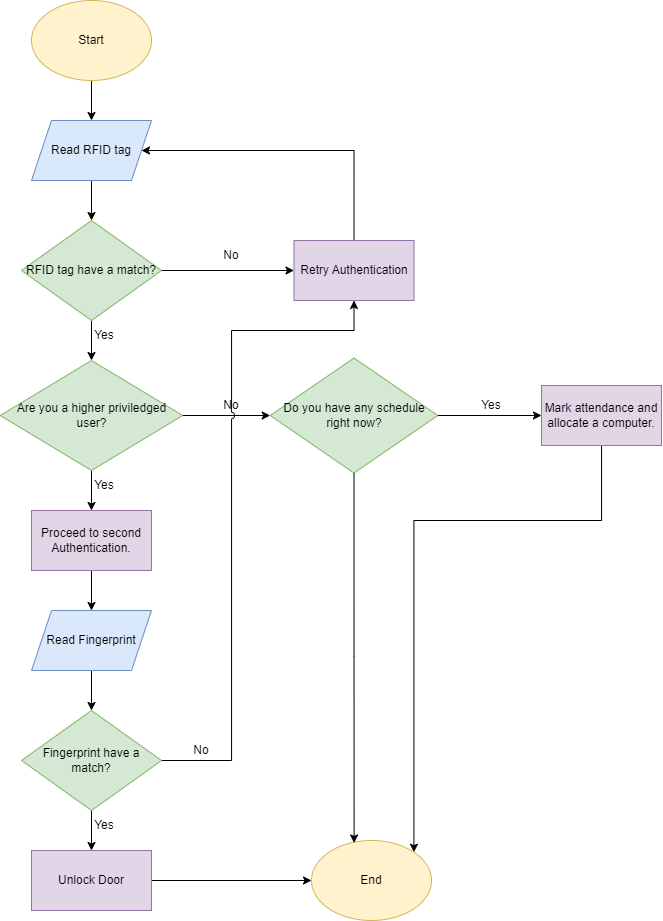
kaisunoo/Acads keeps this draw.io diagram as Device Operation Flowchart.drawio.png. Above is the earlier version. Source tidied: cells renumbered, new cells last; positions are measured from the earlier drawing's top-left corner, leaving out a move shared by most shapes. Its diagram source:
```xml
<mxGraphModel>
  <root>
    <mxCell id="0" />
    <mxCell id="1" parent="0" />
    <mxCell id="2" style="edgeStyle=orthogonalEdgeStyle;rounded=0;jettySize=auto;html=1;exitX=0.5;exitY=1;exitDx=0;exitDy=0;entryX=0.5;entryY=0;entryDx=0;entryDy=0;" parent="1" edge="1" source="3" target="5">
      <mxGeometry relative="1" as="geometry" />
    </mxCell>
    <mxCell id="3" value="Start" style="ellipse;whiteSpace=wrap;html=1;fillColor=#fff2cc;strokeColor=#d6b656;" parent="1" vertex="1">
      <mxGeometry x="31" width="120" height="80" as="geometry" />
    </mxCell>
    <mxCell id="4" style="edgeStyle=orthogonalEdgeStyle;rounded=0;jettySize=auto;html=1;exitX=0.5;exitY=1;exitDx=0;exitDy=0;entryX=0.5;entryY=0;entryDx=0;entryDy=0;" parent="1" edge="1" source="5" target="14">
      <mxGeometry relative="1" as="geometry" />
    </mxCell>
    <mxCell id="5" value="Read RFID tag" style="shape=parallelogram;perimeter=parallelogramPerimeter;whiteSpace=wrap;html=1;fixedSize=1;fillColor=#dae8fc;strokeColor=#6c8ebf;" parent="1" vertex="1">
      <mxGeometry x="31" y="120" width="120" height="60" as="geometry" />
    </mxCell>
    <mxCell id="6" style="edgeStyle=orthogonalEdgeStyle;rounded=0;jettySize=auto;html=1;exitX=0.5;exitY=1;exitDx=0;exitDy=0;" parent="1" edge="1" source="8" target="10">
      <mxGeometry relative="1" as="geometry" />
    </mxCell>
    <mxCell id="7" style="edgeStyle=orthogonalEdgeStyle;rounded=0;jettySize=auto;html=1;entryX=0;entryY=0.5;entryDx=0;entryDy=0;" parent="1" edge="1" source="8" target="21">
      <mxGeometry relative="1" as="geometry" />
    </mxCell>
    <mxCell id="8" value="Are you a higher priviledged user?" style="rhombus;whiteSpace=wrap;html=1;fillColor=#d5e8d4;strokeColor=#82b366;" parent="1" vertex="1">
      <mxGeometry x="-0.2" y="360" width="182.5" height="110" as="geometry" />
    </mxCell>
    <mxCell id="9" style="edgeStyle=orthogonalEdgeStyle;rounded=0;jettySize=auto;html=1;exitX=0.5;exitY=1;exitDx=0;exitDy=0;entryX=0.5;entryY=0;entryDx=0;entryDy=0;" parent="1" edge="1" source="10" target="26">
      <mxGeometry relative="1" as="geometry" />
    </mxCell>
    <mxCell id="10" value="Proceed to second Authentication." style="rounded=0;whiteSpace=wrap;html=1;fillColor=#e1d5e7;strokeColor=#9673a6;" parent="1" vertex="1">
      <mxGeometry x="31" y="510" width="120" height="60" as="geometry" />
    </mxCell>
    <mxCell id="11" value="Yes" style="text;strokeColor=none;align=center;fillColor=none;html=1;verticalAlign=middle;whiteSpace=wrap;rounded=0;" parent="1" vertex="1">
      <mxGeometry x="74" y="470" width="60" height="30" as="geometry" />
    </mxCell>
    <mxCell id="12" style="edgeStyle=orthogonalEdgeStyle;rounded=0;jettySize=auto;html=1;entryX=0.5;entryY=0;entryDx=0;entryDy=0;" parent="1" edge="1" source="14" target="8">
      <mxGeometry relative="1" as="geometry" />
    </mxCell>
    <mxCell id="13" style="edgeStyle=orthogonalEdgeStyle;rounded=0;jettySize=auto;html=1;" parent="1" edge="1" source="14" target="17">
      <mxGeometry relative="1" as="geometry" />
    </mxCell>
    <mxCell id="14" value="RFID tag have a match?" style="rhombus;whiteSpace=wrap;html=1;fillColor=#d5e8d4;strokeColor=#82b366;" parent="1" vertex="1">
      <mxGeometry x="21" y="220" width="140" height="100" as="geometry" />
    </mxCell>
    <mxCell id="15" value="Yes" style="text;strokeColor=none;align=center;fillColor=none;html=1;verticalAlign=middle;whiteSpace=wrap;rounded=0;" parent="1" vertex="1">
      <mxGeometry x="74" y="320" width="60" height="30" as="geometry" />
    </mxCell>
    <mxCell id="16" style="edgeStyle=orthogonalEdgeStyle;rounded=0;jettySize=auto;html=1;entryX=1;entryY=0.5;entryDx=0;entryDy=0;exitX=0.5;exitY=0;exitDx=0;exitDy=0;" parent="1" edge="1" source="17" target="5">
      <mxGeometry relative="1" as="geometry">
        <Array as="points">
          <mxPoint x="354" y="150" />
        </Array>
      </mxGeometry>
    </mxCell>
    <mxCell id="17" value="Retry Authentication" style="whiteSpace=wrap;html=1;fillColor=#e1d5e7;strokeColor=#9673a6;" parent="1" vertex="1">
      <mxGeometry x="293.5" y="240" width="120" height="60" as="geometry" />
    </mxCell>
    <mxCell id="18" value="No" style="text;strokeColor=none;align=center;fillColor=none;html=1;verticalAlign=middle;whiteSpace=wrap;rounded=0;" parent="1" vertex="1">
      <mxGeometry x="201" y="240" width="60" height="30" as="geometry" />
    </mxCell>
    <mxCell id="19" value="No" style="text;strokeColor=none;align=center;fillColor=none;html=1;verticalAlign=middle;whiteSpace=wrap;rounded=0;" parent="1" vertex="1">
      <mxGeometry x="201" y="390" width="60" height="30" as="geometry" />
    </mxCell>
    <mxCell id="20" style="edgeStyle=orthogonalEdgeStyle;rounded=0;jettySize=auto;html=1;" parent="1" edge="1" source="21" target="23">
      <mxGeometry relative="1" as="geometry" />
    </mxCell>
    <mxCell id="21" value="Do you have any schedule right now?" style="rhombus;whiteSpace=wrap;html=1;fillColor=#d5e8d4;strokeColor=#82b366;" parent="1" vertex="1">
      <mxGeometry x="269.8" y="357.5" width="167.5" height="115" as="geometry" />
    </mxCell>
    <mxCell id="22" style="edgeStyle=orthogonalEdgeStyle;rounded=0;jettySize=auto;html=1;entryX=1;entryY=0;entryDx=0;entryDy=0;" parent="1" edge="1" source="23" target="32">
      <mxGeometry relative="1" as="geometry">
        <Array as="points">
          <mxPoint x="601" y="520" />
          <mxPoint x="413" y="520" />
        </Array>
      </mxGeometry>
    </mxCell>
    <mxCell id="23" value="Mark attendance and allocate a computer." style="whiteSpace=wrap;html=1;fillColor=#e1d5e7;strokeColor=#9673a6;" parent="1" vertex="1">
      <mxGeometry x="541" y="385" width="120" height="60" as="geometry" />
    </mxCell>
    <mxCell id="24" value="Yes" style="text;strokeColor=none;align=center;fillColor=none;html=1;verticalAlign=middle;whiteSpace=wrap;rounded=0;" parent="1" vertex="1">
      <mxGeometry x="461" y="390" width="60" height="30" as="geometry" />
    </mxCell>
    <mxCell id="25" style="edgeStyle=orthogonalEdgeStyle;rounded=0;jettySize=auto;html=1;entryX=0.5;entryY=0;entryDx=0;entryDy=0;" parent="1" edge="1" source="26" target="29">
      <mxGeometry relative="1" as="geometry" />
    </mxCell>
    <mxCell id="26" value="Read Fingerprint" style="shape=parallelogram;perimeter=parallelogramPerimeter;whiteSpace=wrap;html=1;fixedSize=1;fillColor=#dae8fc;strokeColor=#6c8ebf;" parent="1" vertex="1">
      <mxGeometry x="31" y="610" width="120" height="60" as="geometry" />
    </mxCell>
    <mxCell id="27" style="edgeStyle=orthogonalEdgeStyle;rounded=0;jettySize=auto;html=1;" parent="1" edge="1" source="29" target="31">
      <mxGeometry relative="1" as="geometry" />
    </mxCell>
    <mxCell id="28" style="edgeStyle=orthogonalEdgeStyle;rounded=0;jettySize=auto;html=1;exitX=1;exitY=0.5;exitDx=0;exitDy=0;entryX=0.5;entryY=1;entryDx=0;entryDy=0;jumpStyle=arc;" parent="1" edge="1" source="29" target="17">
      <mxGeometry relative="1" as="geometry">
        <Array as="points">
          <mxPoint x="231" y="760" />
          <mxPoint x="231" y="330" />
          <mxPoint x="354" y="330" />
        </Array>
      </mxGeometry>
    </mxCell>
    <mxCell id="29" value="Fingerprint have a match?" style="rhombus;whiteSpace=wrap;html=1;fillColor=#d5e8d4;strokeColor=#82b366;" parent="1" vertex="1">
      <mxGeometry x="21" y="710" width="140" height="100" as="geometry" />
    </mxCell>
    <mxCell id="30" style="edgeStyle=orthogonalEdgeStyle;rounded=0;jettySize=auto;html=1;entryX=0;entryY=0.5;entryDx=0;entryDy=0;" parent="1" edge="1" source="31" target="32">
      <mxGeometry relative="1" as="geometry" />
    </mxCell>
    <mxCell id="31" value="Unlock Door" style="rounded=0;whiteSpace=wrap;html=1;fillColor=#e1d5e7;strokeColor=#9673a6;" parent="1" vertex="1">
      <mxGeometry x="31" y="850" width="120" height="60" as="geometry" />
    </mxCell>
    <mxCell id="32" value="End" style="ellipse;whiteSpace=wrap;html=1;fillColor=#fff2cc;strokeColor=#d6b656;" parent="1" vertex="1">
      <mxGeometry x="311" y="840" width="120" height="80" as="geometry" />
    </mxCell>
    <mxCell id="33" value="Yes" style="text;strokeColor=none;align=center;fillColor=none;html=1;verticalAlign=middle;whiteSpace=wrap;rounded=0;" parent="1" vertex="1">
      <mxGeometry x="74" y="810" width="60" height="30" as="geometry" />
    </mxCell>
    <mxCell id="34" style="edgeStyle=orthogonalEdgeStyle;rounded=0;jettySize=auto;html=1;exitX=0.5;exitY=1;exitDx=0;exitDy=0;entryX=0.355;entryY=0.031;entryDx=0;entryDy=0;entryPerimeter=0;" parent="1" edge="1" source="21" target="32">
      <mxGeometry relative="1" as="geometry" />
    </mxCell>
    <mxCell id="35" value="No" style="text;strokeColor=none;align=center;fillColor=none;html=1;verticalAlign=middle;whiteSpace=wrap;rounded=0;" parent="1" vertex="1">
      <mxGeometry x="171" y="735" width="60" height="30" as="geometry" />
    </mxCell>
  </root>
</mxGraphModel>
```
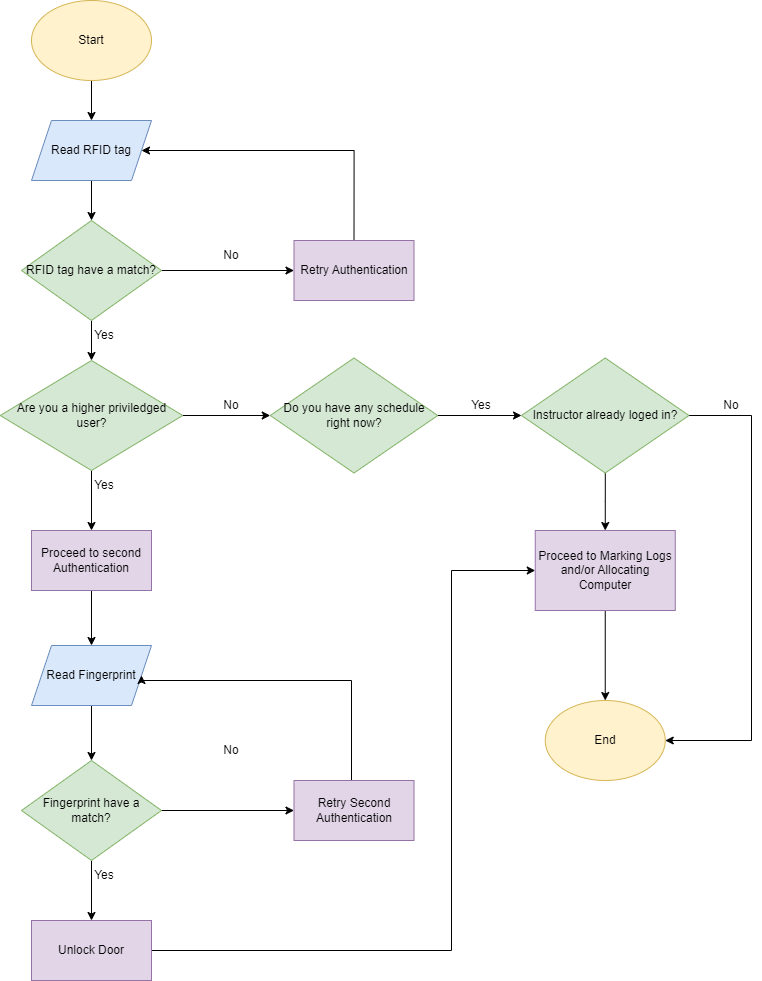
Above is the later version.

What changed in the source:
```diff
@@ -26,8 +26,8 @@
     <mxCell id="9" style="edgeStyle=orthogonalEdgeStyle;rounded=0;jettySize=auto;html=1;exitX=0.5;exitY=1;exitDx=0;exitDy=0;entryX=0.5;entryY=0;entryDx=0;entryDy=0;" parent="1" edge="1" source="10" target="26">
       <mxGeometry relative="1" as="geometry" />
     </mxCell>
-    <mxCell id="10" value="Proceed to second Authentication." style="rounded=0;whiteSpace=wrap;html=1;fillColor=#e1d5e7;strokeColor=#9673a6;" parent="1" vertex="1">
-      <mxGeometry x="31" y="510" width="120" height="60" as="geometry" />
+    <mxCell id="10" value="Proceed to second Authentication" style="rounded=0;whiteSpace=wrap;html=1;fillColor=#e1d5e7;strokeColor=#9673a6;" parent="1" vertex="1">
+      <mxGeometry x="31" y="530" width="120" height="60" as="geometry" />
     </mxCell>
     <mxCell id="11" value="Yes" style="text;strokeColor=none;align=center;fillColor=none;html=1;verticalAlign=middle;whiteSpace=wrap;rounded=0;" parent="1" vertex="1">
       <mxGeometry x="74" y="470" width="60" height="30" as="geometry" />
@@ -60,64 +60,83 @@
     <mxCell id="19" value="No" style="text;strokeColor=none;align=center;fillColor=none;html=1;verticalAlign=middle;whiteSpace=wrap;rounded=0;" parent="1" vertex="1">
       <mxGeometry x="201" y="390" width="60" height="30" as="geometry" />
     </mxCell>
-    <mxCell id="20" style="edgeStyle=orthogonalEdgeStyle;rounded=0;jettySize=auto;html=1;" parent="1" edge="1" source="21" target="23">
-      <mxGeometry relative="1" as="geometry" />
-    </mxCell>
+    <mxCell id="36" style="edgeStyle=orthogonalEdgeStyle;rounded=0;jettySize=auto;html=1;entryX=0;entryY=0.5;entryDx=0;entryDy=0;" parent="1" edge="1" source="21" target="45">
+      <mxGeometry relative="1" as="geometry" />
+    </mxCell>
     <mxCell id="21" value="Do you have any schedule right now?" style="rhombus;whiteSpace=wrap;html=1;fillColor=#d5e8d4;strokeColor=#82b366;" parent="1" vertex="1">
       <mxGeometry x="269.8" y="357.5" width="167.5" height="115" as="geometry" />
     </mxCell>
-    <mxCell id="22" style="edgeStyle=orthogonalEdgeStyle;rounded=0;jettySize=auto;html=1;entryX=1;entryY=0;entryDx=0;entryDy=0;" parent="1" edge="1" source="23" target="32">
-      <mxGeometry relative="1" as="geometry">
-        <Array as="points">
-          <mxPoint x="601" y="520" />
-          <mxPoint x="413" y="520" />
-        </Array>
-      </mxGeometry>
-    </mxCell>
-    <mxCell id="23" value="Mark attendance and allocate a computer." style="whiteSpace=wrap;html=1;fillColor=#e1d5e7;strokeColor=#9673a6;" parent="1" vertex="1">
-      <mxGeometry x="541" y="385" width="120" height="60" as="geometry" />
-    </mxCell>
-    <mxCell id="24" value="Yes" style="text;strokeColor=none;align=center;fillColor=none;html=1;verticalAlign=middle;whiteSpace=wrap;rounded=0;" parent="1" vertex="1">
-      <mxGeometry x="461" y="390" width="60" height="30" as="geometry" />
-    </mxCell>
     <mxCell id="25" style="edgeStyle=orthogonalEdgeStyle;rounded=0;jettySize=auto;html=1;entryX=0.5;entryY=0;entryDx=0;entryDy=0;" parent="1" edge="1" source="26" target="29">
       <mxGeometry relative="1" as="geometry" />
     </mxCell>
     <mxCell id="26" value="Read Fingerprint" style="shape=parallelogram;perimeter=parallelogramPerimeter;whiteSpace=wrap;html=1;fixedSize=1;fillColor=#dae8fc;strokeColor=#6c8ebf;" parent="1" vertex="1">
-      <mxGeometry x="31" y="610" width="120" height="60" as="geometry" />
+      <mxGeometry x="31" y="645" width="120" height="60" as="geometry" />
     </mxCell>
     <mxCell id="27" style="edgeStyle=orthogonalEdgeStyle;rounded=0;jettySize=auto;html=1;" parent="1" edge="1" source="29" target="31">
       <mxGeometry relative="1" as="geometry" />
     </mxCell>
-    <mxCell id="28" style="edgeStyle=orthogonalEdgeStyle;rounded=0;jettySize=auto;html=1;exitX=1;exitY=0.5;exitDx=0;exitDy=0;entryX=0.5;entryY=1;entryDx=0;entryDy=0;jumpStyle=arc;" parent="1" edge="1" source="29" target="17">
-      <mxGeometry relative="1" as="geometry">
-        <Array as="points">
-          <mxPoint x="231" y="760" />
-          <mxPoint x="231" y="330" />
-          <mxPoint x="354" y="330" />
-        </Array>
-      </mxGeometry>
-    </mxCell>
+    <mxCell id="37" style="edgeStyle=orthogonalEdgeStyle;rounded=0;jettySize=auto;html=1;exitX=1;exitY=0.5;exitDx=0;exitDy=0;entryX=0;entryY=0.5;entryDx=0;entryDy=0;" parent="1" edge="1" source="29" target="40">
+      <mxGeometry relative="1" as="geometry" />
+    </mxCell>
     <mxCell id="29" value="Fingerprint have a match?" style="rhombus;whiteSpace=wrap;html=1;fillColor=#d5e8d4;strokeColor=#82b366;" parent="1" vertex="1">
-      <mxGeometry x="21" y="710" width="140" height="100" as="geometry" />
+      <mxGeometry x="21" y="760" width="140" height="100" as="geometry" />
     </mxCell>
-    <mxCell id="30" style="edgeStyle=orthogonalEdgeStyle;rounded=0;jettySize=auto;html=1;entryX=0;entryY=0.5;entryDx=0;entryDy=0;" parent="1" edge="1" source="31" target="32">
-      <mxGeometry relative="1" as="geometry" />
-    </mxCell>
+    <mxCell id="38" style="edgeStyle=orthogonalEdgeStyle;rounded=0;jettySize=auto;html=1;entryX=0;entryY=0.5;entryDx=0;entryDy=0;" parent="1" edge="1" source="31" target="42">
+      <mxGeometry relative="1" as="geometry">
+        <Array as="points">
+          <mxPoint x="451" y="950" />
+          <mxPoint x="451" y="570" />
+        </Array>
+      </mxGeometry>
+    </mxCell>
     <mxCell id="31" value="Unlock Door" style="rounded=0;whiteSpace=wrap;html=1;fillColor=#e1d5e7;strokeColor=#9673a6;" parent="1" vertex="1">
-      <mxGeometry x="31" y="850" width="120" height="60" as="geometry" />
+      <mxGeometry x="31" y="920" width="120" height="60" as="geometry" />
     </mxCell>
     <mxCell id="32" value="End" style="ellipse;whiteSpace=wrap;html=1;fillColor=#fff2cc;strokeColor=#d6b656;" parent="1" vertex="1">
-      <mxGeometry x="311" y="840" width="120" height="80" as="geometry" />
+      <mxGeometry x="544.8" y="700" width="120" height="80" as="geometry" />
     </mxCell>
     <mxCell id="33" value="Yes" style="text;strokeColor=none;align=center;fillColor=none;html=1;verticalAlign=middle;whiteSpace=wrap;rounded=0;" parent="1" vertex="1">
-      <mxGeometry x="74" y="810" width="60" height="30" as="geometry" />
+      <mxGeometry x="74" y="860" width="60" height="30" as="geometry" />
     </mxCell>
-    <mxCell id="34" style="edgeStyle=orthogonalEdgeStyle;rounded=0;jettySize=auto;html=1;exitX=0.5;exitY=1;exitDx=0;exitDy=0;entryX=0.355;entryY=0.031;entryDx=0;entryDy=0;entryPerimeter=0;" parent="1" edge="1" source="21" target="32">
-      <mxGeometry relative="1" as="geometry" />
-    </mxCell>
     <mxCell id="35" value="No" style="text;strokeColor=none;align=center;fillColor=none;html=1;verticalAlign=middle;whiteSpace=wrap;rounded=0;" parent="1" vertex="1">
-      <mxGeometry x="171" y="735" width="60" height="30" as="geometry" />
+      <mxGeometry x="201" y="735" width="60" height="30" as="geometry" />
     </mxCell>
+    <mxCell id="39" style="edgeStyle=orthogonalEdgeStyle;rounded=0;jettySize=auto;html=1;entryX=1;entryY=0.5;entryDx=0;entryDy=0;" parent="1" edge="1" source="40" target="26">
+      <mxGeometry relative="1" as="geometry">
+        <Array as="points">
+          <mxPoint x="351" y="680" />
+          <mxPoint x="141" y="680" />
+        </Array>
+      </mxGeometry>
+    </mxCell>
+    <mxCell id="40" value="Retry Second Authentication" style="whiteSpace=wrap;html=1;fillColor=#e1d5e7;strokeColor=#9673a6;" parent="1" vertex="1">
+      <mxGeometry x="293.5" y="780" width="120" height="60" as="geometry" />
+    </mxCell>
+    <mxCell id="41" style="edgeStyle=orthogonalEdgeStyle;rounded=0;jettySize=auto;html=1;entryX=0.5;entryY=0;entryDx=0;entryDy=0;" parent="1" edge="1" source="42" target="32">
+      <mxGeometry relative="1" as="geometry" />
+    </mxCell>
+    <mxCell id="42" value="Proceed to Marking Logs and/or Allocating Computer" style="rounded=0;whiteSpace=wrap;html=1;fillColor=#e1d5e7;strokeColor=#9673a6;" parent="1" vertex="1">
+      <mxGeometry x="534.8" y="530" width="140" height="80" as="geometry" />
+    </mxCell>
+    <mxCell id="43" style="edgeStyle=orthogonalEdgeStyle;rounded=0;jettySize=auto;html=1;entryX=0.5;entryY=0;entryDx=0;entryDy=0;" parent="1" edge="1" source="45" target="42">
+      <mxGeometry relative="1" as="geometry" />
+    </mxCell>
+    <mxCell id="44" style="edgeStyle=orthogonalEdgeStyle;rounded=0;jettySize=auto;html=1;entryX=1;entryY=0.5;entryDx=0;entryDy=0;" parent="1" edge="1" source="45" target="32">
+      <mxGeometry relative="1" as="geometry">
+        <Array as="points">
+          <mxPoint x="751" y="415" />
+          <mxPoint x="751" y="740" />
+        </Array>
+      </mxGeometry>
+    </mxCell>
+    <mxCell id="45" value="Instructor already loged in?" style="rhombus;whiteSpace=wrap;html=1;fillColor=#d5e8d4;strokeColor=#82b366;" parent="1" vertex="1">
+      <mxGeometry x="521" y="357.5" width="167.5" height="115" as="geometry" />
+    </mxCell>
+    <mxCell id="24" value="Yes" style="text;strokeColor=none;align=center;fillColor=none;html=1;verticalAlign=middle;whiteSpace=wrap;rounded=0;" parent="1" vertex="1">
+      <mxGeometry x="451" y="390" width="60" height="30" as="geometry" />
+    </mxCell>
+    <mxCell id="46" value="No" style="text;strokeColor=none;align=center;fillColor=none;html=1;verticalAlign=middle;whiteSpace=wrap;rounded=0;" parent="1" vertex="1">
+      <mxGeometry x="701" y="390" width="60" height="30" as="geometry" />
+    </mxCell>
   </root>
 </mxGraphModel>
```
